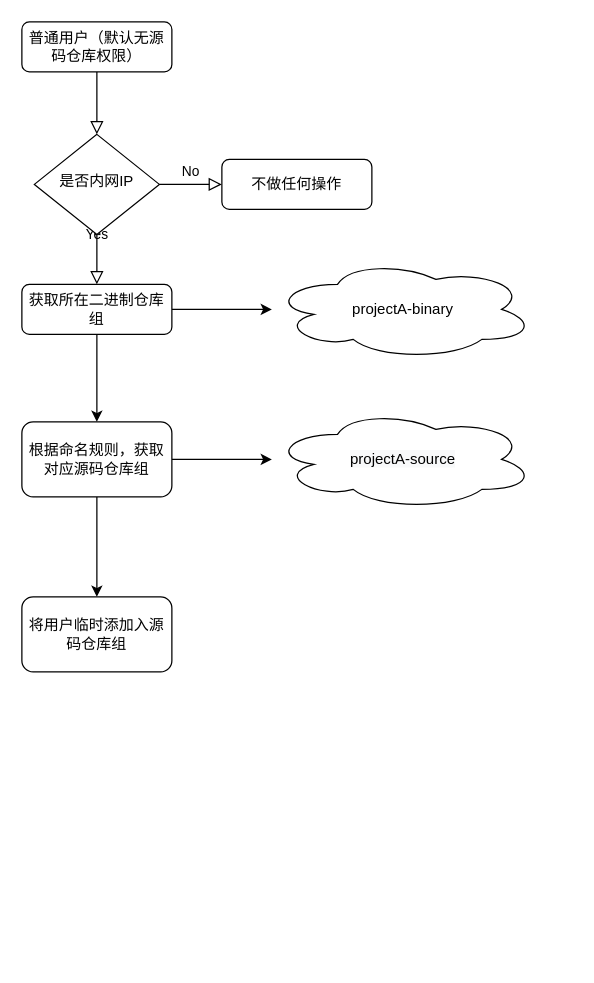
This is Untitled Diagram.drawio from PanC123/project-examples, a draw.io file, before an edit. Source tidied: cells renumbered, new cells numbered last; positions are measured from the earlier drawing's top-left corner, leaving out a move shared by most shapes. Both pictures are drawn from the tidied source at 125%, with x=0, y=0 at pixel (21, 21).
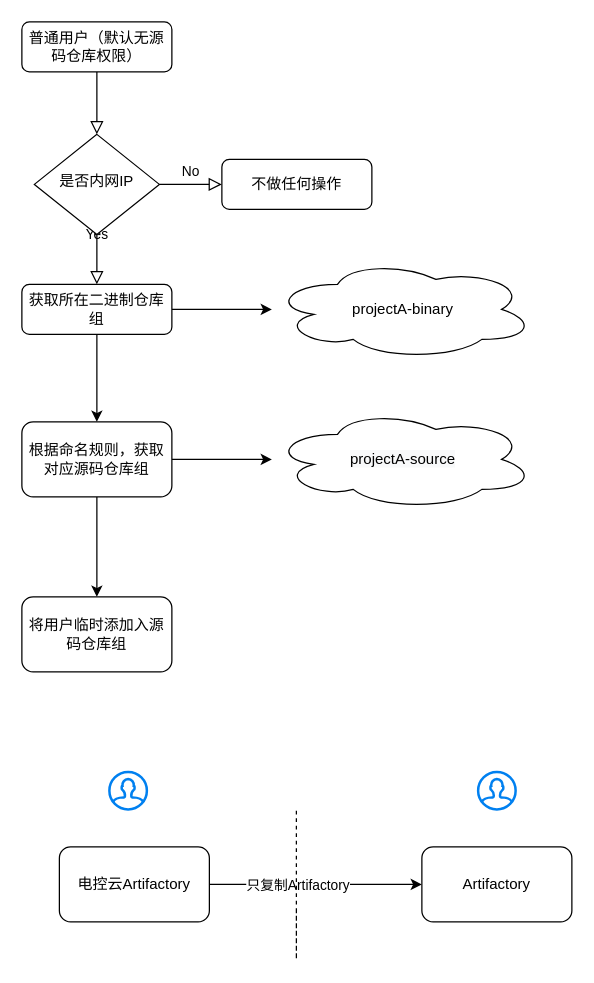
Above is the later version.

Change to the diagram source:
```diff
@@
+    <mxCell id="17" style="edgeStyle=orthogonalEdgeStyle;rounded=0;jettySize=auto;html=1;" parent="1" edge="1" source="19" target="20">
+      <mxGeometry relative="1" as="geometry" />
+    </mxCell>
+    <mxCell id="18" value="只复制Artifactory" style="edgeLabel;html=1;align=center;verticalAlign=middle;" parent="17" vertex="1">
+      <mxGeometry x="-0.24" y="-1" relative="1" as="geometry">
+        <mxPoint x="5" y="-1" as="offset" />
+      </mxGeometry>
+    </mxCell>
+    <mxCell id="19" value="电控云Artifactory" style="rounded=1;whiteSpace=wrap;html=1;" parent="1" vertex="1">
+      <mxGeometry x="30" y="660" width="120" height="60" as="geometry" />
+    </mxCell>
+    <mxCell id="20" value="Artifactory" style="whiteSpace=wrap;html=1;rounded=1;" parent="1" vertex="1">
+      <mxGeometry x="320" y="660" width="120" height="60" as="geometry" />
+    </mxCell>
+    <mxCell id="21" style="html=1;verticalLabelPosition=bottom;align=center;labelBackgroundColor=#ffffff;verticalAlign=top;strokeWidth=2;strokeColor=#0080F0;shadow=0;dashed=0;shape=mxgraph.ios7.icons.user;" parent="1" vertex="1">
+      <mxGeometry x="70" y="600" width="30" height="30" as="geometry" />
+    </mxCell>
+    <mxCell id="22" style="html=1;verticalLabelPosition=bottom;align=center;labelBackgroundColor=#ffffff;verticalAlign=top;strokeWidth=2;strokeColor=#0080F0;shadow=0;dashed=0;shape=mxgraph.ios7.icons.user;" parent="1" vertex="1">
+      <mxGeometry x="365" y="600" width="30" height="30" as="geometry" />
+    </mxCell>
+    <mxCell id="23" style="endArrow=none;dashed=1;html=1;rounded=0;" parent="1" edge="1">
+      <mxGeometry relative="1" as="geometry">
+        <mxPoint x="219.6" y="710" as="sourcePoint" />
+        <mxPoint x="219.6" y="630" as="targetPoint" />
+        <Array as="points">
+          <mxPoint x="219.6" y="750" />
+        </Array>
+      </mxGeometry>
+    </mxCell>
```
